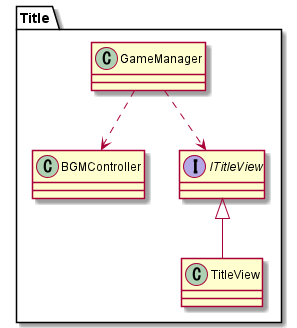
Earlier version of the PlantUML export Assets/_SlimeCatch/Docs/Title.png (RiseManagement/SlimeCatch).
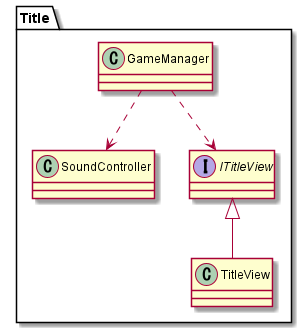
The same diagram one commit later.

Commit message:
document update Title,SelectStage class image

What changed in the source:
```diff
@@ -1,13 +1,13 @@
 @startuml
 
 namespace Title{
-    class BGMController
+    class SoundController
     class GameManager
     class TitleView
     interface ITitleView
 
     ITitleView <|-- TitleView
-    GameManager ..> BGMController
+    GameManager ..> SoundController
     GameManager ..> ITitleView
 }
 
```
